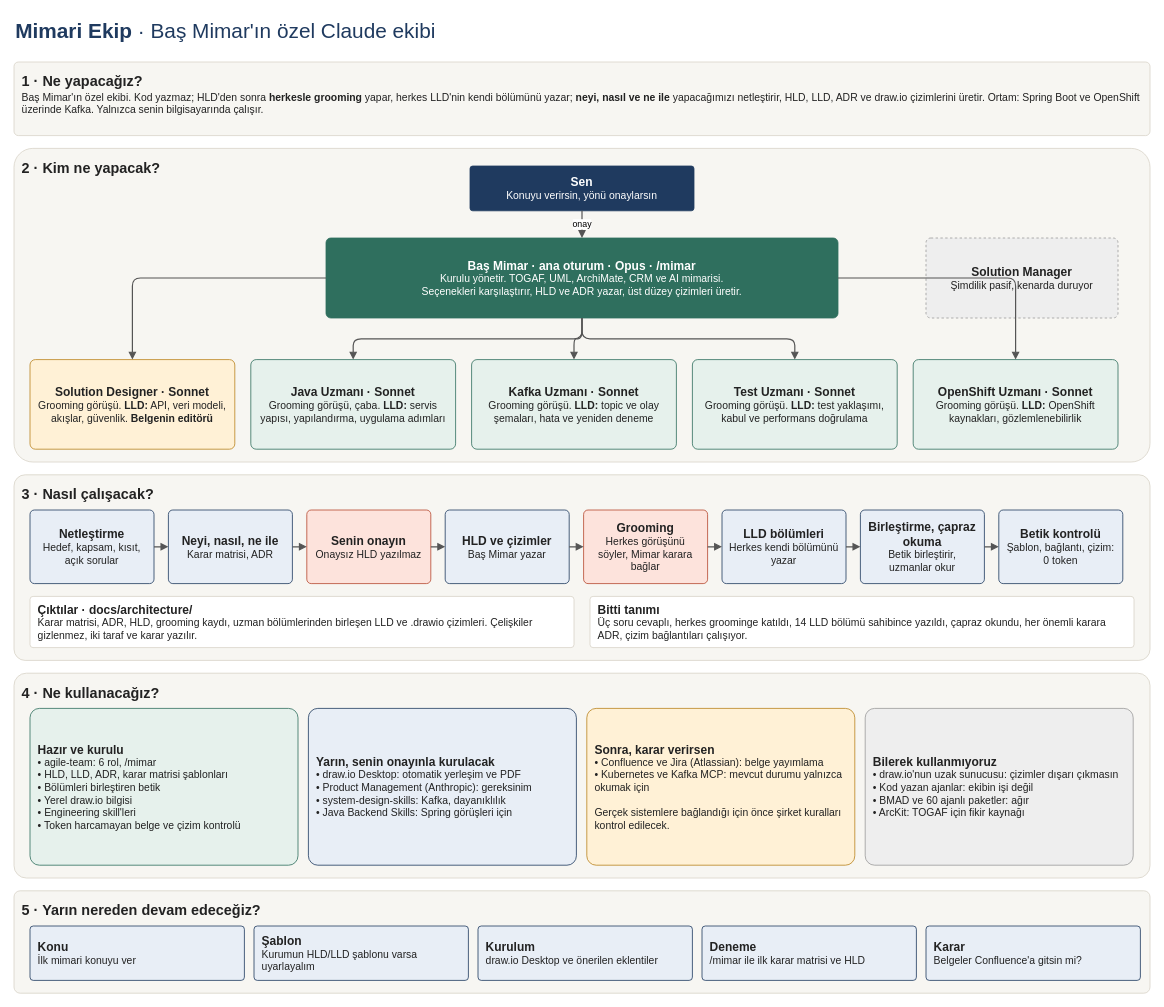
Above: docs/architecture/ekip-plani.drawio in TheNativeStranger/agile-team (draw.io), before the change. Source tidied: cells renumbered, new cells numbered last; positions are measured from the earlier drawing's top-left corner, leaving out a move shared by most shapes. Both pictures are drawn from the tidied source at 80%, with x=0, y=0 at pixel (14, 14).
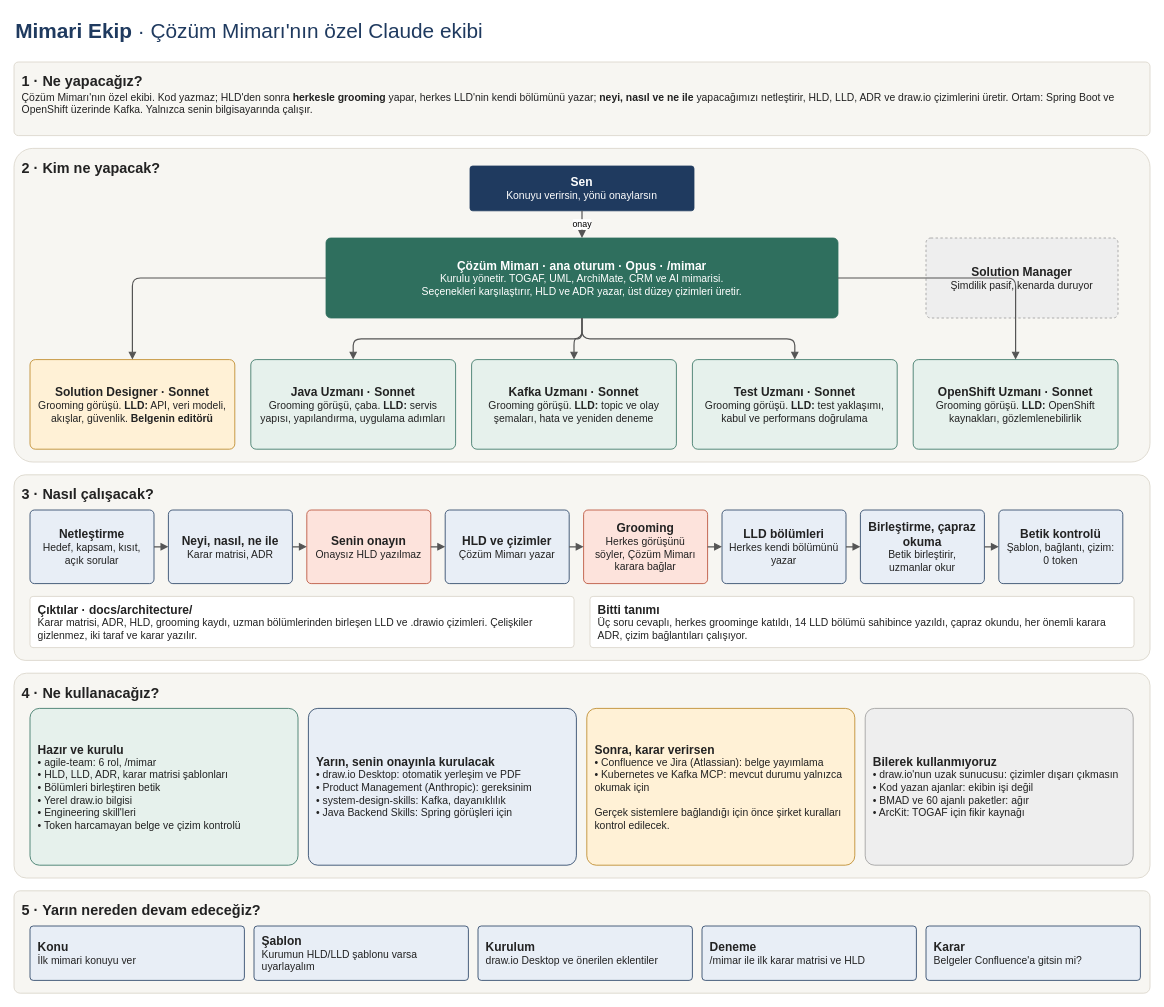
The same diagram, later.

What changed in the source:
```diff
@@
-    <mxCell id="2" value="&lt;b&gt;Mimari Ekip&lt;/b&gt; · Baş Mimar'ın özel Claude ekibi" style="text;html=1;fontSize=26;fontColor=#1f3a5f;align=left;verticalAlign=middle;" parent="1" vertex="1">
+    <mxCell id="2" value="&lt;b&gt;Mimari Ekip&lt;/b&gt; · Çözüm Mimarı'nın özel Claude ekibi" style="text;html=1;fontSize=26;fontColor=#1f3a5f;align=left;verticalAlign=middle;" parent="1" vertex="1">
       <mxGeometry width="1200" height="44" as="geometry" />
     </mxCell>
-    <mxCell id="3" value="&lt;font style='font-size:18px'&gt;&lt;b&gt;1 · Ne yapacağız?&lt;/b&gt;&lt;/font&gt;&lt;br&gt;Baş Mimar'ın özel ekibi. Kod yazmaz; HLD'den sonra &lt;b&gt;herkesle grooming&lt;/b&gt; yapar, herkes LLD'nin kendi bölümünü yazar; &lt;b&gt;neyi, nasıl ve ne ile&lt;/b&gt; yapacağımızı netleştirir, HLD, LLD, ADR ve draw.io çizimlerini üretir. Ortam: Spring Boot ve OpenShift üzerinde Kafka. Yalnızca senin bilgisayarında çalışır." style="rounded=1;arcSize=6;whiteSpace=wrap;html=1;fillColor=#f7f6f2;strokeColor=#d8d4c8;fontColor=#222222;fontSize=13;align=left;verticalAlign=top;spacing=10;" parent="1" vertex="1">
+    <mxCell id="3" value="&lt;font style='font-size:18px'&gt;&lt;b&gt;1 · Ne yapacağız?&lt;/b&gt;&lt;/font&gt;&lt;br&gt;Çözüm Mimarı'nın özel ekibi. Kod yazmaz; HLD'den sonra &lt;b&gt;herkesle grooming&lt;/b&gt; yapar, herkes LLD'nin kendi bölümünü yazar; &lt;b&gt;neyi, nasıl ve ne ile&lt;/b&gt; yapacağımızı netleştirir, HLD, LLD, ADR ve draw.io çizimlerini üretir. Ortam: Spring Boot ve OpenShift üzerinde Kafka. Yalnızca senin bilgisayarında çalışır." style="rounded=1;arcSize=6;whiteSpace=wrap;html=1;fillColor=#f7f6f2;strokeColor=#d8d4c8;fontColor=#222222;fontSize=13;align=left;verticalAlign=top;spacing=10;" parent="1" vertex="1">
       <mxGeometry y="60" width="1420" height="92" as="geometry" />
     </mxCell>
@@
-    <mxCell id="6" value="&lt;font style='font-size:15px'&gt;&lt;b&gt;Baş Mimar · ana oturum · Opus · /mimar&lt;/b&gt;&lt;/font&gt;&lt;br&gt;Kurulu yönetir. TOGAF, UML, ArchiMate, CRM ve AI mimarisi.&lt;br&gt;Seçenekleri karşılaştırır, HLD ve ADR yazar, üst düzey çizimleri üretir." style="rounded=1;arcSize=6;whiteSpace=wrap;html=1;fillColor=#2f6f5e;strokeColor=#2f6f5e;fontColor=#ffffff;fontSize=13;align=center;verticalAlign=middle;spacing=10;" parent="1" vertex="1">
+    <mxCell id="6" value="&lt;font style='font-size:15px'&gt;&lt;b&gt;Çözüm Mimarı · ana oturum · Opus · /mimar&lt;/b&gt;&lt;/font&gt;&lt;br&gt;Kurulu yönetir. TOGAF, UML, ArchiMate, CRM ve AI mimarisi.&lt;br&gt;Seçenekleri karşılaştırır, HLD ve ADR yazar, üst düzey çizimleri üretir." style="rounded=1;arcSize=6;whiteSpace=wrap;html=1;fillColor=#2f6f5e;strokeColor=#2f6f5e;fontColor=#ffffff;fontSize=13;align=center;verticalAlign=middle;spacing=10;" parent="1" vertex="1">
       <mxGeometry x="390" y="280" width="640" height="100" as="geometry" />
     </mxCell>
@@
-    <mxCell id="17" value="&lt;font style='font-size:15px'&gt;&lt;b&gt;HLD ve çizimler&lt;/b&gt;&lt;/font&gt;&lt;br&gt;Baş Mimar yazar" style="rounded=1;arcSize=6;whiteSpace=wrap;html=1;fillColor=#e8eef6;strokeColor=#1f3a5f;fontColor=#222222;fontSize=13;align=center;verticalAlign=middle;spacing=10;" parent="1" vertex="1">
+    <mxCell id="17" value="&lt;font style='font-size:15px'&gt;&lt;b&gt;HLD ve çizimler&lt;/b&gt;&lt;/font&gt;&lt;br&gt;Çözüm Mimarı yazar" style="rounded=1;arcSize=6;whiteSpace=wrap;html=1;fillColor=#e8eef6;strokeColor=#1f3a5f;fontColor=#222222;fontSize=13;align=center;verticalAlign=middle;spacing=10;" parent="1" vertex="1">
       <mxGeometry x="539" y="620" width="155" height="92" as="geometry" />
     </mxCell>
-    <mxCell id="18" value="&lt;font style='font-size:15px'&gt;&lt;b&gt;Grooming&lt;/b&gt;&lt;/font&gt;&lt;br&gt;Herkes görüşünü söyler, Mimar karara bağlar" style="rounded=1;arcSize=6;whiteSpace=wrap;html=1;fillColor=#fde3dc;strokeColor=#b5482f;fontColor=#222222;fontSize=13;align=center;verticalAlign=middle;spacing=10;" parent="1" vertex="1">
+    <mxCell id="18" value="&lt;font style='font-size:15px'&gt;&lt;b&gt;Grooming&lt;/b&gt;&lt;/font&gt;&lt;br&gt;Herkes görüşünü söyler, Çözüm Mimarı karara bağlar" style="rounded=1;arcSize=6;whiteSpace=wrap;html=1;fillColor=#fde3dc;strokeColor=#b5482f;fontColor=#222222;fontSize=13;align=center;verticalAlign=middle;spacing=10;" parent="1" vertex="1">
       <mxGeometry x="712" y="620" width="155" height="92" as="geometry" />
     </mxCell>
```
